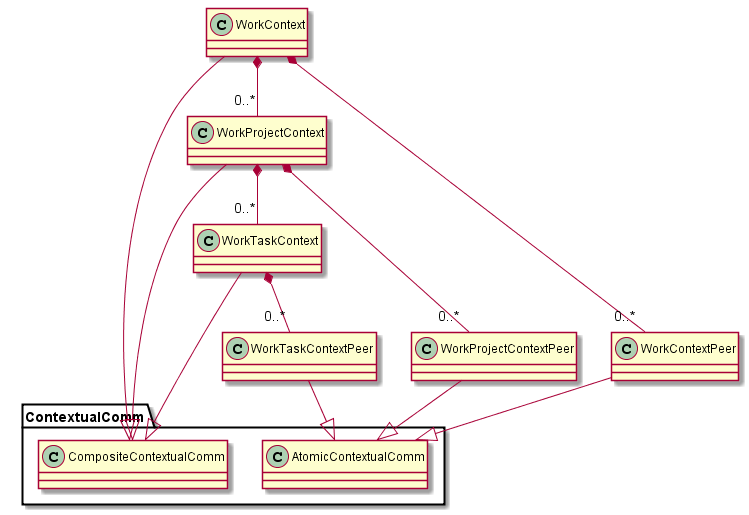
Earlier version of the PlantUML export docs/work-context-design.png (reTHINK-project/dev-smart-contextual-assistance-app). The source it was exported from:
```plantuml
@startuml "work-context-design.png"

  class WorkContext {
  }

  class WorkProjectContext {
  }

  class WorkTaskContext {
  }

  WorkContext -|> ContextualComm.CompositeContextualComm

	WorkContext *-down- "0..*" WorkProjectContext
	WorkProjectContext *-down- "0..*" WorkTaskContext


  WorkProjectContext -|> ContextualComm.CompositeContextualComm
  WorkTaskContext -|> ContextualComm.CompositeContextualComm

	WorkTaskContext *-- "0..*" WorkTaskContextPeer
	WorkProjectContext *-- "0..*" WorkProjectContextPeer
	WorkContext *-- "0..*" WorkContextPeer

	WorkTaskContextPeer -|> ContextualComm.AtomicContextualComm
  WorkProjectContextPeer -|> ContextualComm.AtomicContextualComm
  WorkContextPeer -|> ContextualComm.AtomicContextualComm

@enduml
```
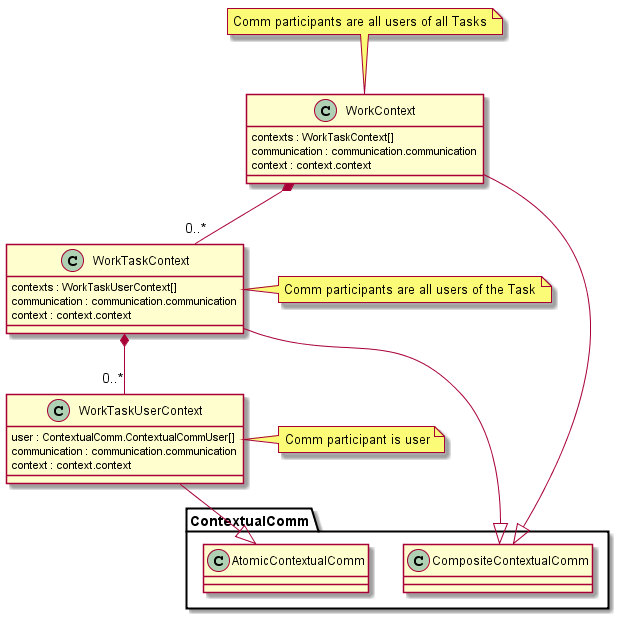
After the change.

Commit message:
contextual comm model update

What changed in the source:
```diff
@@ -1,29 +1,38 @@
 @startuml "work-context-design.png"
 
   class WorkContext {
+  contexts : WorkTaskContext[]
+  communication : communication.communication
+  context : context.context
   }
 
-  class WorkProjectContext {
+  note top : Comm participants are all users of all Tasks
+
+  class WorkTaskContext {
+  contexts : WorkTaskUserContext[]
+  communication : communication.communication
+  context : context.context
   }
 
-  class WorkTaskContext {
+  note right : Comm participants are all users of the Task
+
+  class WorkTaskUserContext {
+  user : ContextualComm.ContextualCommUser[]
+  communication : communication.communication
+  context : context.context
   }
+
+  note right : Comm participant is user
+
 
   WorkContext -|> ContextualComm.CompositeContextualComm
 
-	WorkContext *-down- "0..*" WorkProjectContext
-	WorkProjectContext *-down- "0..*" WorkTaskContext
+	WorkContext *-down- "0..*" WorkTaskContext
 
-
-  WorkProjectContext -|> ContextualComm.CompositeContextualComm
   WorkTaskContext -|> ContextualComm.CompositeContextualComm
 
-	WorkTaskContext *-- "0..*" WorkTaskContextPeer
-	WorkProjectContext *-- "0..*" WorkProjectContextPeer
-	WorkContext *-- "0..*" WorkContextPeer
+	WorkTaskContext *-- "0..*" WorkTaskUserContext
 
-	WorkTaskContextPeer -|> ContextualComm.AtomicContextualComm
-  WorkProjectContextPeer -|> ContextualComm.AtomicContextualComm
-  WorkContextPeer -|> ContextualComm.AtomicContextualComm
+	WorkTaskUserContext -|> ContextualComm.AtomicContextualComm
 
 @enduml
```
